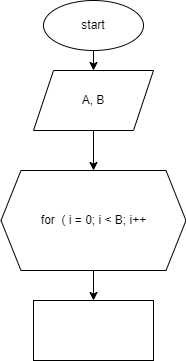
Earlier version of the draw.io export DZ0010/DZ0010.drawio.png (multiZetta/DZ_hwCsharp). Source tidied: cells renumbered, new cells last; positions are measured from the earlier drawing's top-left corner, leaving out a move shared by most shapes. Its diagram source:
```xml
<mxGraphModel>
  <root>
    <mxCell id="0" />
    <mxCell id="1" parent="0" />
    <mxCell id="2" style="edgeStyle=none;html=1;exitX=0.5;exitY=1;exitDx=0;exitDy=0;entryX=0.5;entryY=0;entryDx=0;entryDy=0;" parent="1" edge="1" source="3" target="5">
      <mxGeometry relative="1" as="geometry" />
    </mxCell>
    <mxCell id="3" value="start" style="ellipse;whiteSpace=wrap;html=1;" parent="1" vertex="1">
      <mxGeometry x="42" width="100" height="50" as="geometry" />
    </mxCell>
    <mxCell id="4" style="edgeStyle=none;html=1;" parent="1" edge="1" source="5">
      <mxGeometry relative="1" as="geometry">
        <mxPoint x="92" y="170" as="targetPoint" />
      </mxGeometry>
    </mxCell>
    <mxCell id="5" value="A, B" style="shape=parallelogram;perimeter=parallelogramPerimeter;whiteSpace=wrap;html=1;fixedSize=1;" parent="1" vertex="1">
      <mxGeometry x="32" y="70" width="120" height="60" as="geometry" />
    </mxCell>
    <mxCell id="6" style="edgeStyle=none;html=1;" parent="1" edge="1" source="7" target="8">
      <mxGeometry relative="1" as="geometry" />
    </mxCell>
    <mxCell id="7" value="for&amp;nbsp; (&amp;nbsp;i = 0; i &amp;lt; B; i++" style="shape=hexagon;perimeter=hexagonPerimeter2;whiteSpace=wrap;html=1;fixedSize=1;size=20;" parent="1" vertex="1">
      <mxGeometry x="-0.5" y="170" width="185" height="100" as="geometry" />
    </mxCell>
    <mxCell id="8" style="whiteSpace=wrap;html=1;" parent="1" vertex="1">
      <mxGeometry x="32" y="300" width="120" height="60" as="geometry" />
    </mxCell>
  </root>
</mxGraphModel>
```
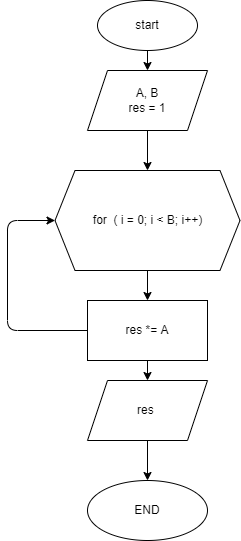
After the commit.

The edit, as a diff of the source:
```diff
@@ -13,17 +13,37 @@
         <mxPoint x="92" y="170" as="targetPoint" />
       </mxGeometry>
     </mxCell>
-    <mxCell id="5" value="A, B" style="shape=parallelogram;perimeter=parallelogramPerimeter;whiteSpace=wrap;html=1;fixedSize=1;" parent="1" vertex="1">
+    <mxCell id="5" value="A, B&lt;br&gt;res = 1" style="shape=parallelogram;perimeter=parallelogramPerimeter;whiteSpace=wrap;html=1;fixedSize=1;" parent="1" vertex="1">
       <mxGeometry x="32" y="70" width="120" height="60" as="geometry" />
     </mxCell>
     <mxCell id="6" style="edgeStyle=none;html=1;" parent="1" edge="1" source="7" target="8">
       <mxGeometry relative="1" as="geometry" />
     </mxCell>
-    <mxCell id="7" value="for&amp;nbsp; (&amp;nbsp;i = 0; i &amp;lt; B; i++" style="shape=hexagon;perimeter=hexagonPerimeter2;whiteSpace=wrap;html=1;fixedSize=1;size=20;" parent="1" vertex="1">
+    <mxCell id="7" value="for&amp;nbsp; (&amp;nbsp;i = 0; i &amp;lt; B; i++)" style="shape=hexagon;perimeter=hexagonPerimeter2;whiteSpace=wrap;html=1;fixedSize=1;size=20;" parent="1" vertex="1">
       <mxGeometry x="-0.5" y="170" width="185" height="100" as="geometry" />
     </mxCell>
+    <mxCell id="9" style="edgeStyle=none;html=1;exitX=0;exitY=0.5;exitDx=0;exitDy=0;entryX=0;entryY=0.5;entryDx=0;entryDy=0;" parent="1" edge="1" source="8" target="7">
+      <mxGeometry relative="1" as="geometry">
+        <Array as="points">
+          <mxPoint x="-48" y="330" />
+          <mxPoint x="-48" y="220" />
+        </Array>
+      </mxGeometry>
+    </mxCell>
+    <mxCell id="10" style="edgeStyle=none;html=1;exitX=0.5;exitY=1;exitDx=0;exitDy=0;entryX=0.5;entryY=0;entryDx=0;entryDy=0;" parent="1" edge="1" source="8" target="12">
+      <mxGeometry relative="1" as="geometry" />
+    </mxCell>
-    <mxCell id="8" style="whiteSpace=wrap;html=1;" parent="1" vertex="1">
+    <mxCell id="8" value="res *= A" style="whiteSpace=wrap;html=1;" parent="1" vertex="1">
       <mxGeometry x="32" y="300" width="120" height="60" as="geometry" />
     </mxCell>
+    <mxCell id="11" style="edgeStyle=none;html=1;" parent="1" edge="1" source="12" target="13">
+      <mxGeometry relative="1" as="geometry" />
+    </mxCell>
+    <mxCell id="12" value="res&amp;nbsp;" style="shape=parallelogram;perimeter=parallelogramPerimeter;whiteSpace=wrap;html=1;fixedSize=1;" parent="1" vertex="1">
+      <mxGeometry x="32" y="380" width="120" height="60" as="geometry" />
+    </mxCell>
+    <mxCell id="13" value="END" style="ellipse;whiteSpace=wrap;html=1;" parent="1" vertex="1">
+      <mxGeometry x="32" y="480" width="120" height="60" as="geometry" />
+    </mxCell>
   </root>
 </mxGraphModel>
```
